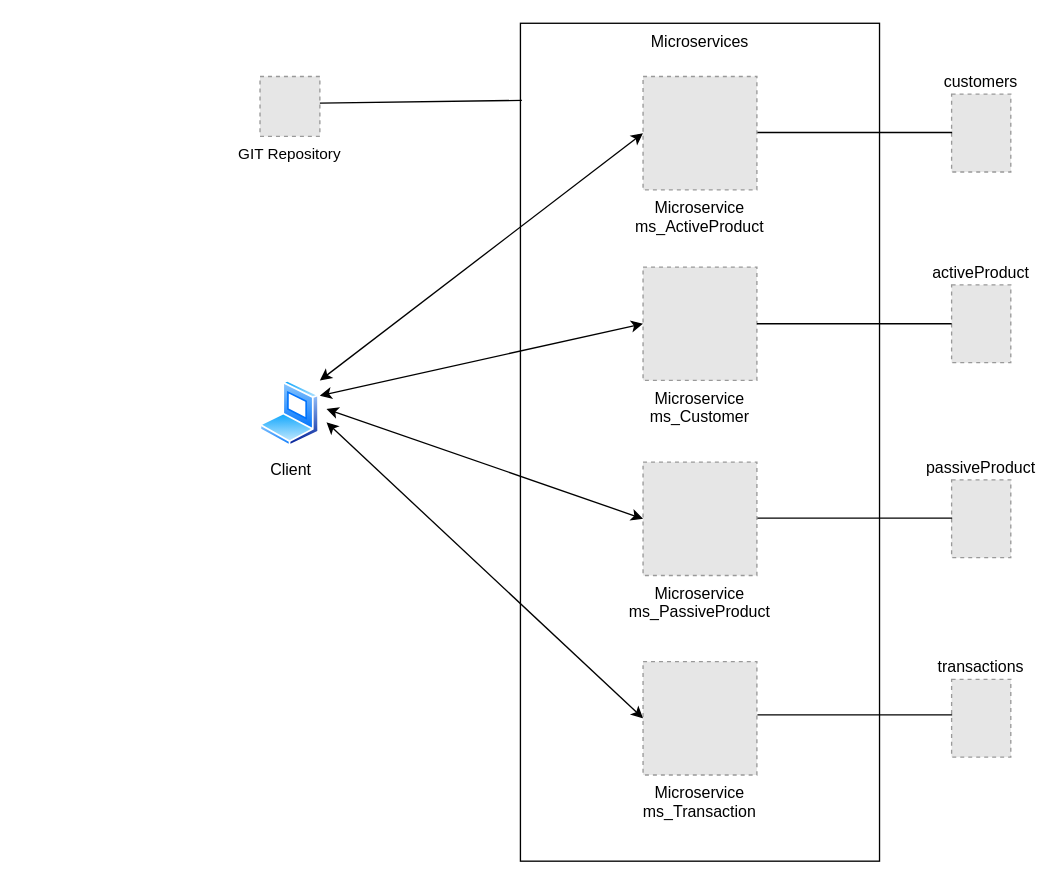
The draw.io diagram architecture.drawio in EriksonNaVi/Design-ms, before the edit. Source tidied: cells renumbered, new cells numbered last; positions are measured from the earlier drawing's top-left corner, leaving out a move shared by most shapes. Both pictures are drawn from the tidied source at 133%, with x=0, y=0 at pixel (259, 23). Pictures stored in the file or linked from it are replaced by grey dashed boxes.
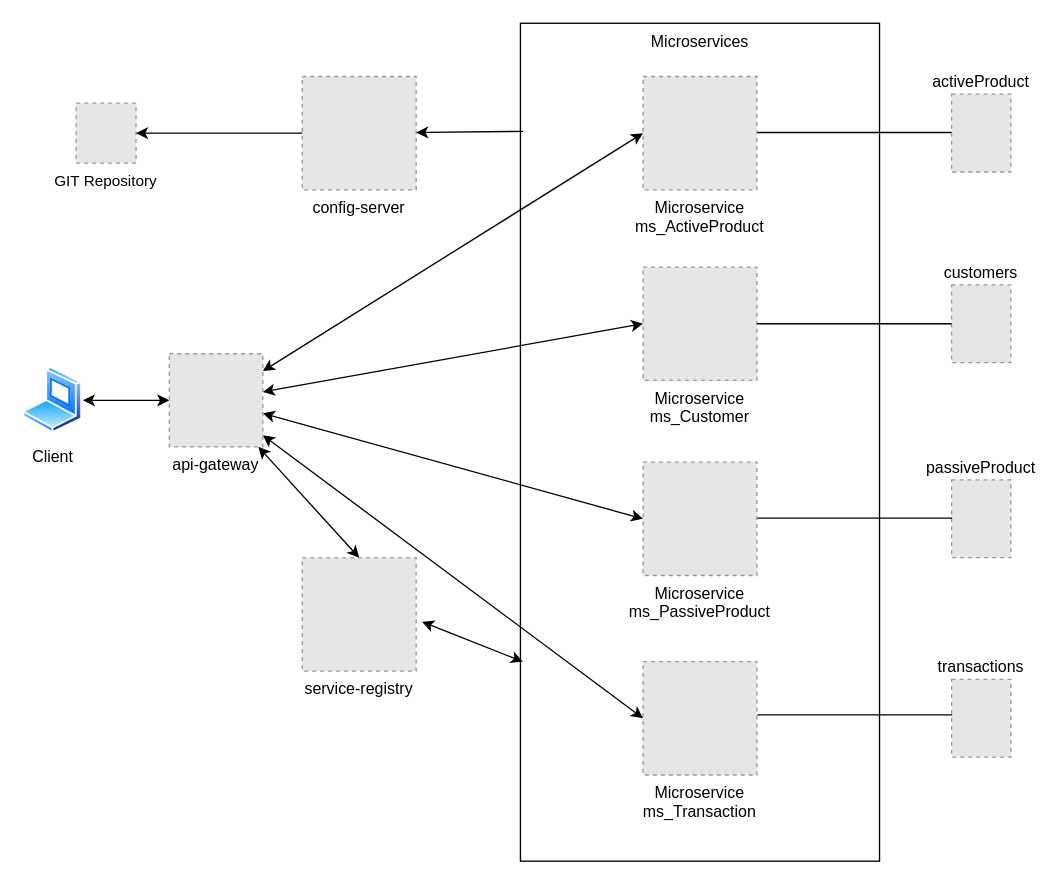
The same page after the edit.

Unchanged cells that the change refers to:
```xml
<mxCell id="2" value="Microservices" style="whiteSpace=wrap;html=1;verticalAlign=top;" parent="1" vertex="1">
  <mxGeometry x="195.8" width="270" height="630" as="geometry" />
</mxCell>
<mxCell id="9" value="Microservice&#10;ms_ActiveProduct" style="fillColor=#E6E6E6;strokeColor=#999999;dashed=1;verticalLabelPosition=bottom;verticalAlign=top;" parent="1" vertex="1">
  <mxGeometry x="288" y="40" width="85.6" height="85.2" as="geometry" />
</mxCell>
<mxCell id="10" value="Microservice&#10;ms_Customer" style="fillColor=#E6E6E6;strokeColor=#999999;dashed=1;verticalLabelPosition=bottom;verticalAlign=top;" parent="1" vertex="1">
  <mxGeometry x="288" y="183.3" width="85.6" height="85.2" as="geometry" />
</mxCell>
<mxCell id="11" value="Microservice&#10;ms_PassiveProduct" style="fillColor=#E6E6E6;strokeColor=#999999;dashed=1;verticalLabelPosition=bottom;verticalAlign=top;" parent="1" vertex="1">
  <mxGeometry x="288" y="330" width="85.6" height="85.2" as="geometry" />
</mxCell>
<mxCell id="12" value="Microservice&#10;ms_Transaction" style="fillColor=#E6E6E6;strokeColor=#999999;dashed=1;verticalLabelPosition=bottom;verticalAlign=top;" parent="1" vertex="1">
  <mxGeometry x="288" y="480" width="85.6" height="85.2" as="geometry" />
</mxCell>
```

What changed in the source:
```diff
@@
     <mxCell id="3" value="GIT Repository" style="fillColor=#E6E6E6;strokeColor=#999999;dashed=1;verticalLabelPosition=bottom;labelBackgroundColor=#ffffff;verticalAlign=top;fontSize=11.5;" parent="1" vertex="1">
-      <mxGeometry y="40" width="45" height="45" as="geometry" />
+      <mxGeometry x="-138.2" y="60.1" width="45" height="45" as="geometry" />
     </mxCell>
     <mxCell id="4" value="Client" style="perimeter=ellipsePerimeter;html=1;align=center;shadow=0;dashed=0;spacingTop=3;image;image=img/lib/active_directory/laptop_client.svg;" parent="1" vertex="1">
-      <mxGeometry y="268.5" width="45" height="50" as="geometry" />
+      <mxGeometry x="-178.2" y="258.5" width="45" height="50" as="geometry" />
     </mxCell>
     <mxCell id="5" value="customers" style="fillColor=#E6E6E6;strokeColor=#999999;dashed=1;verticalLabelPosition=top;labelBackgroundColor=none;verticalAlign=bottom;labelPosition=center;align=center;" parent="1" vertex="1">
-      <mxGeometry x="520" y="53.3" width="44.5" height="58.5" as="geometry" />
+      <mxGeometry x="520" y="196.7" width="44.5" height="58.5" as="geometry" />
     </mxCell>
-    <mxCell id="6" value="activeProduct" style="fillColor=#E6E6E6;strokeColor=#999999;dashed=1;verticalLabelPosition=top;labelBackgroundColor=none;verticalAlign=bottom;labelPosition=center;align=center;" parent="1" vertex="1">
-      <mxGeometry x="520" y="196.7" width="44.5" height="58.5" as="geometry" />
-    </mxCell>
@@
-    <mxCell id="13" style="endArrow=none;html=1;rounded=0;entryX=0;entryY=0.5;entryDx=0;entryDy=0;exitX=1;exitY=0.5;exitDx=0;exitDy=0;" parent="1" edge="1" source="10" target="6">
-      <mxGeometry relative="1" as="geometry" />
+    <mxCell id="13" style="endArrow=none;html=1;rounded=0;entryX=0;entryY=0.5;entryDx=0;entryDy=0;exitX=1;exitY=0.5;exitDx=0;exitDy=0;" parent="1" edge="1" source="10">
+      <mxGeometry relative="1" as="geometry">
+        <mxPoint x="520" y="225.9" as="targetPoint" />
+      </mxGeometry>
     </mxCell>
@@
-    <mxCell id="17" style="endArrow=classic;startArrow=classic;html=1;rounded=0;entryX=0;entryY=0.5;entryDx=0;entryDy=0;" parent="1" edge="1" target="10">
-      <mxGeometry relative="1" as="geometry">
-        <mxPoint x="45" y="280" as="sourcePoint" />
-      </mxGeometry>
+    <mxCell id="17" style="endArrow=classic;startArrow=classic;html=1;rounded=0;entryX=0;entryY=0.5;entryDx=0;entryDy=0;" parent="1" edge="1" source="23" target="10">
+      <mxGeometry relative="1" as="geometry" />
     </mxCell>
-    <mxCell id="18" style="endArrow=classic;startArrow=classic;html=1;rounded=0;entryX=0;entryY=0.5;entryDx=0;entryDy=0;" parent="1" edge="1" target="9">
-      <mxGeometry relative="1" as="geometry">
-        <mxPoint x="45" y="268.6" as="sourcePoint" />
-      </mxGeometry>
+    <mxCell id="18" style="endArrow=classic;startArrow=classic;html=1;rounded=0;entryX=0;entryY=0.5;entryDx=0;entryDy=0;" parent="1" edge="1" source="23" target="9">
+      <mxGeometry relative="1" as="geometry" />
     </mxCell>
-    <mxCell id="19" style="endArrow=classic;startArrow=classic;html=1;rounded=0;entryX=0;entryY=0.5;entryDx=0;entryDy=0;" parent="1" edge="1" target="11">
-      <mxGeometry relative="1" as="geometry">
-        <mxPoint x="50" y="290" as="sourcePoint" />
-      </mxGeometry>
+    <mxCell id="19" style="endArrow=classic;startArrow=classic;html=1;rounded=0;entryX=0;entryY=0.5;entryDx=0;entryDy=0;" parent="1" edge="1" source="23" target="11">
+      <mxGeometry relative="1" as="geometry" />
     </mxCell>
-    <mxCell id="20" style="endArrow=classic;startArrow=classic;html=1;rounded=0;entryX=0;entryY=0.5;entryDx=0;entryDy=0;" parent="1" edge="1" target="12">
-      <mxGeometry relative="1" as="geometry">
-        <mxPoint x="50" y="300" as="sourcePoint" />
-      </mxGeometry>
+    <mxCell id="20" style="endArrow=classic;startArrow=classic;html=1;rounded=0;entryX=0;entryY=0.5;entryDx=0;entryDy=0;" parent="1" edge="1" source="23" target="12">
+      <mxGeometry relative="1" as="geometry" />
     </mxCell>
-    <mxCell id="21" style="endArrow=none;html=1;rounded=0;entryX=0.004;entryY=0.092;entryDx=0;entryDy=0;entryPerimeter=0;" parent="1" edge="1" target="2">
-      <mxGeometry relative="1" as="geometry">
-        <mxPoint x="45" y="60" as="sourcePoint" />
-      </mxGeometry>
-    </mxCell>
+    <mxCell id="22" style="endArrow=classic;startArrow=classic;html=1;rounded=0;exitX=1;exitY=0.5;exitDx=0;exitDy=0;" parent="1" edge="1" source="4" target="23">
+      <mxGeometry relative="1" as="geometry" />
+    </mxCell>
+    <mxCell id="23" value="api-gateway" style="fillColor=#E6E6E6;strokeColor=#999999;dashed=1;verticalLabelPosition=bottom;verticalAlign=top;" parent="1" vertex="1">
+      <mxGeometry x="-68.2" y="248.5" width="70.3" height="70" as="geometry" />
+    </mxCell>
+    <mxCell id="24" value="config-server" style="fillColor=#E6E6E6;strokeColor=#999999;dashed=1;verticalLabelPosition=bottom;verticalAlign=top;" parent="1" vertex="1">
+      <mxGeometry x="31.8" y="40" width="85.6" height="85.2" as="geometry" />
+    </mxCell>
+    <mxCell id="25" style="endArrow=classic;html=1;rounded=0;exitX=0.007;exitY=0.129;exitDx=0;exitDy=0;exitPerimeter=0;" parent="1" edge="1" source="2" target="24">
+      <mxGeometry relative="1" as="geometry" />
+    </mxCell>
+    <mxCell id="26" style="endArrow=classic;html=1;rounded=0;entryX=1;entryY=0.5;entryDx=0;entryDy=0;" parent="1" edge="1" source="24" target="3">
+      <mxGeometry relative="1" as="geometry" />
+    </mxCell>
+    <mxCell id="27" value="service-registry" style="fillColor=#E6E6E6;strokeColor=#999999;dashed=1;verticalLabelPosition=bottom;verticalAlign=top;" parent="1" vertex="1">
+      <mxGeometry x="31.8" y="401.9" width="85.6" height="85.2" as="geometry" />
+    </mxCell>
+    <mxCell id="28" style="endArrow=classic;startArrow=classic;html=1;rounded=0;exitX=0.5;exitY=0;exitDx=0;exitDy=0;" parent="1" edge="1" source="27" target="23">
+      <mxGeometry relative="1" as="geometry" />
+    </mxCell>
+    <mxCell id="29" style="endArrow=classic;startArrow=classic;html=1;rounded=0;entryX=0.007;entryY=0.762;entryDx=0;entryDy=0;entryPerimeter=0;" parent="1" edge="1" target="2">
+      <mxGeometry relative="1" as="geometry">
+        <mxPoint x="121.8" y="450" as="sourcePoint" />
+      </mxGeometry>
+    </mxCell>
+    <mxCell id="6" value="activeProduct" style="fillColor=#E6E6E6;strokeColor=#999999;dashed=1;verticalLabelPosition=top;labelBackgroundColor=none;verticalAlign=bottom;labelPosition=center;align=center;" parent="1" vertex="1">
+      <mxGeometry x="520" y="53.3" width="44.5" height="58.5" as="geometry" />
+    </mxCell>
```
